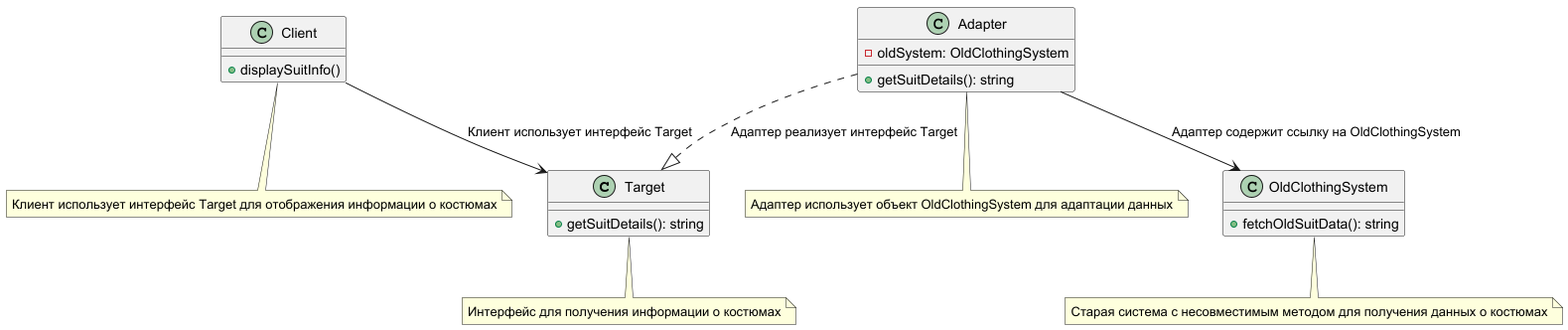
Before: StructuralPatterns/Adapter/ObjectAdapter/uml.png, a diagram exported from PlantUML (smetaniny/design-patterns). Source of this version:
```plantuml
@startuml
class Target {
    +getSuitDetails(): string
}
note bottom of Target
Интерфейс для получения информации о костюмах
end note

class Client {
    +displaySuitInfo()
}
note bottom of Client
Клиент использует интерфейс Target для отображения информации о костюмах
end note

class OldClothingSystem {
    +fetchOldSuitData(): string
}
note bottom of OldClothingSystem
Старая система с несовместимым методом для получения данных о костюмах
end note

class Adapter {
    - oldSystem: OldClothingSystem
    +getSuitDetails(): string
}
note bottom of Adapter
Адаптер использует объект OldClothingSystem для адаптации данных
end note

Client --> Target : Клиент использует интерфейс Target
Adapter --> OldClothingSystem : Адаптер содержит ссылку на OldClothingSystem
Adapter ..|> Target : Адаптер реализует интерфейс Target

@enduml
```
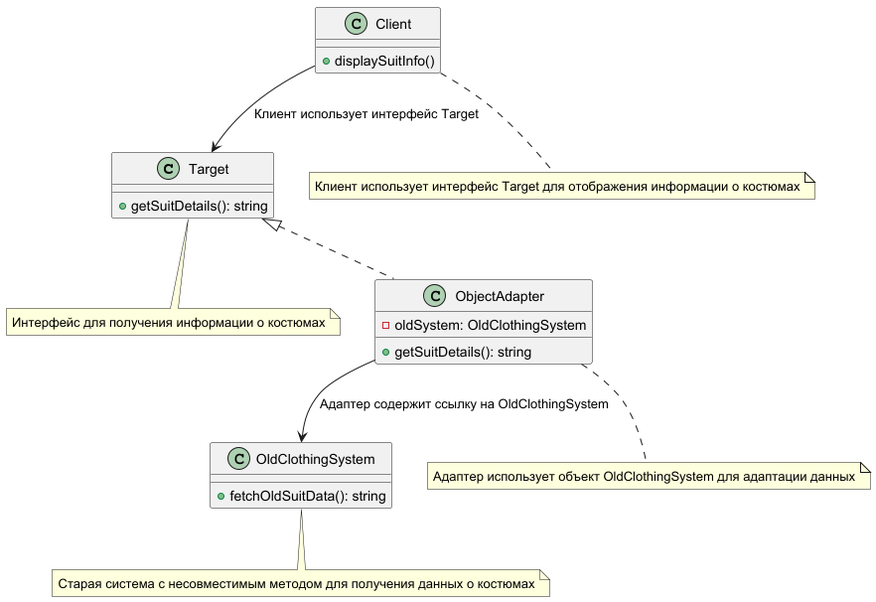
Above is the later version.

Diff of the diagram source:
```diff
@@ -20,16 +20,15 @@
 Старая система с несовместимым методом для получения данных о костюмах
 end note
 
-class Adapter {
+class ObjectAdapter implements Target {
     - oldSystem: OldClothingSystem
     +getSuitDetails(): string
 }
-note bottom of Adapter
+note bottom of ObjectAdapter
 Адаптер использует объект OldClothingSystem для адаптации данных
 end note
 
 Client --> Target : Клиент использует интерфейс Target
-Adapter --> OldClothingSystem : Адаптер содержит ссылку на OldClothingSystem
-Adapter ..|> Target : Адаптер реализует интерфейс Target
+ObjectAdapter --> OldClothingSystem : Адаптер содержит ссылку на OldClothingSystem
 
 @enduml
```
